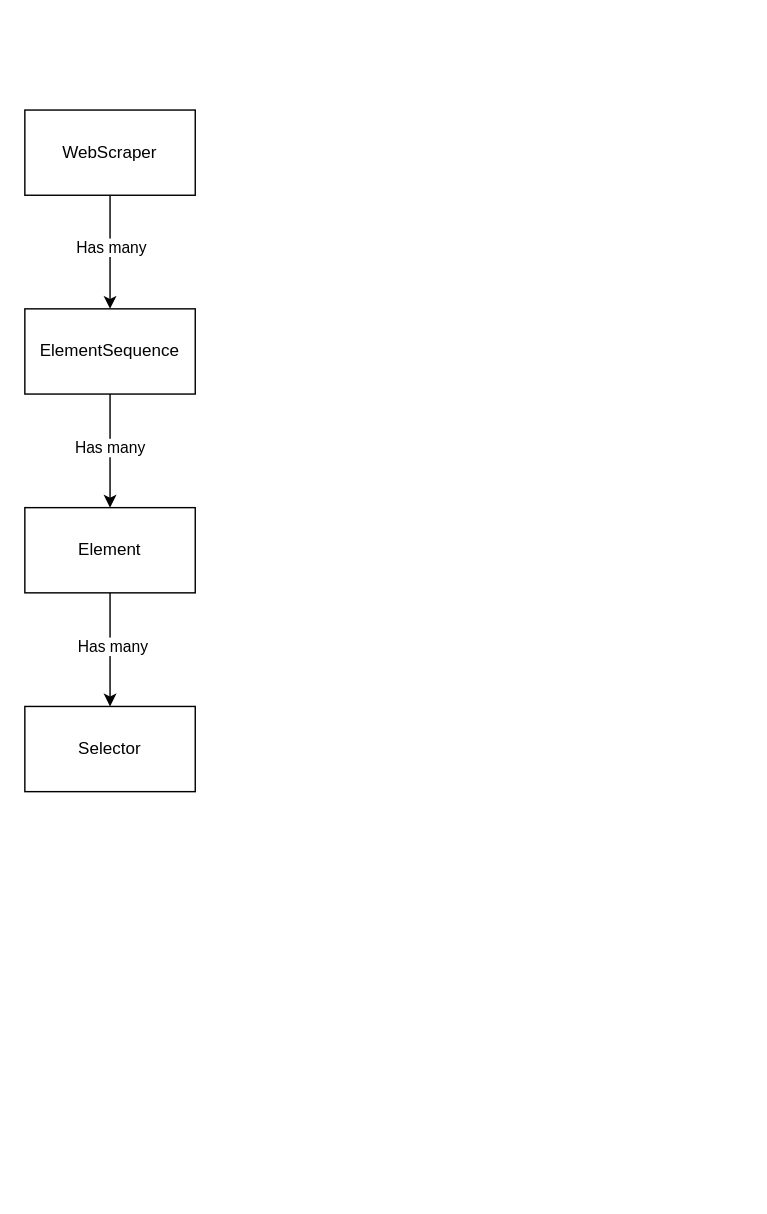
Before: Diagram.drawio in Mortbros/generalised-web-scraper, a draw.io diagram. Source tidied: cells renumbered, new cells numbered last; positions are measured from the earlier drawing's top-left corner, leaving out a move shared by most shapes. Both pictures are drawn from the tidied source at 142%, with x=0, y=0 at pixel (24, 109).
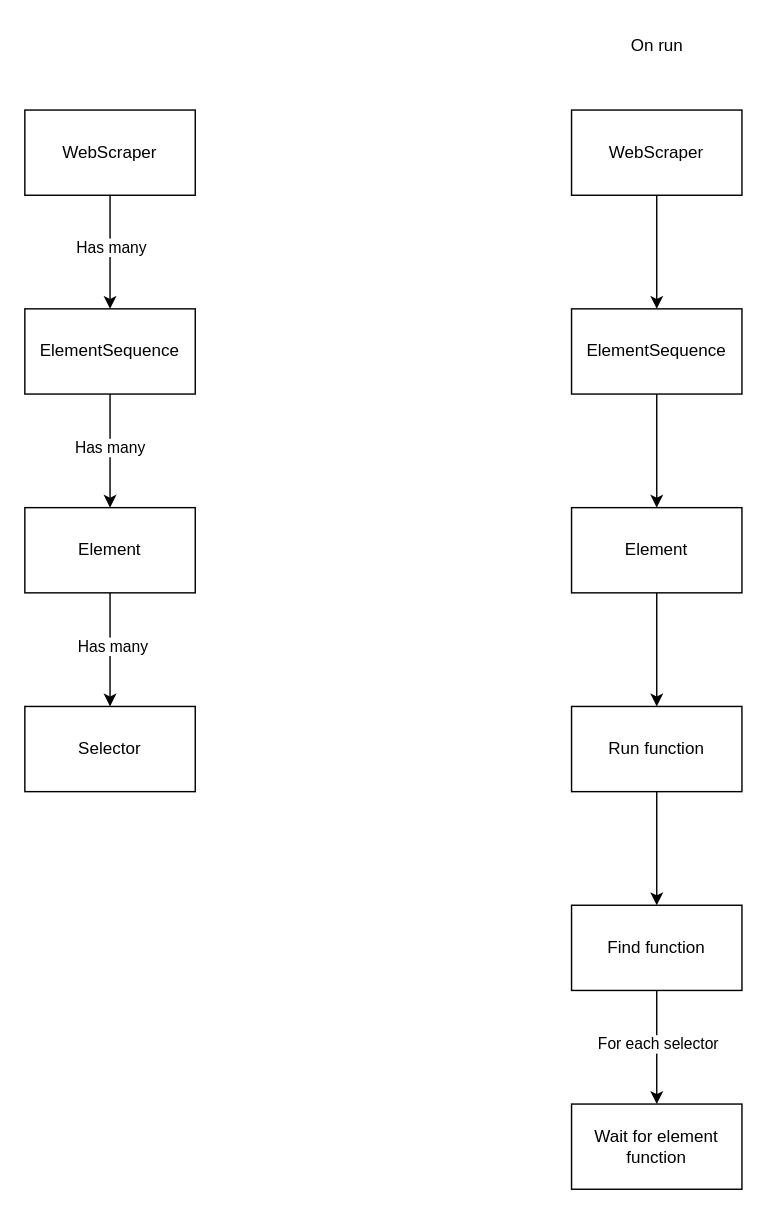
The same diagram, later.

Commit message:
Add run process to diagram

What changed in the source:
```diff
@@
+    <mxCell id="12" style="edgeStyle=orthogonalEdgeStyle;rounded=0;jettySize=auto;html=1;" parent="1" edge="1" source="13" target="15">
+      <mxGeometry relative="1" as="geometry" />
+    </mxCell>
+    <mxCell id="13" value="WebScraper" style="rounded=0;whiteSpace=wrap;html=1;" parent="1" vertex="1">
+      <mxGeometry x="385" width="120" height="60" as="geometry" />
+    </mxCell>
+    <mxCell id="14" style="edgeStyle=orthogonalEdgeStyle;rounded=0;jettySize=auto;html=1;" parent="1" edge="1" source="15" target="17">
+      <mxGeometry relative="1" as="geometry" />
+    </mxCell>
+    <mxCell id="15" value="ElementSequence" style="rounded=0;whiteSpace=wrap;html=1;" parent="1" vertex="1">
+      <mxGeometry x="385" y="140" width="120" height="60" as="geometry" />
+    </mxCell>
+    <mxCell id="16" style="edgeStyle=orthogonalEdgeStyle;rounded=0;jettySize=auto;html=1;" parent="1" edge="1" source="17" target="20">
+      <mxGeometry relative="1" as="geometry" />
+    </mxCell>
+    <mxCell id="17" value="Element" style="rounded=0;whiteSpace=wrap;html=1;" parent="1" vertex="1">
+      <mxGeometry x="385" y="280" width="120" height="60" as="geometry" />
+    </mxCell>
+    <mxCell id="18" value="On run" style="text;html=1;align=center;verticalAlign=middle;strokeColor=none;fillColor=none;" parent="1" vertex="1">
+      <mxGeometry x="415" y="-60" width="60" height="30" as="geometry" />
+    </mxCell>
+    <mxCell id="19" style="edgeStyle=orthogonalEdgeStyle;rounded=0;jettySize=auto;html=1;" parent="1" edge="1" source="20" target="23">
+      <mxGeometry relative="1" as="geometry" />
+    </mxCell>
+    <mxCell id="20" value="Run function" style="rounded=0;whiteSpace=wrap;html=1;" parent="1" vertex="1">
+      <mxGeometry x="385" y="420" width="120" height="60" as="geometry" />
+    </mxCell>
+    <mxCell id="21" style="edgeStyle=orthogonalEdgeStyle;rounded=0;jettySize=auto;html=1;" parent="1" edge="1" source="23" target="24">
+      <mxGeometry relative="1" as="geometry" />
+    </mxCell>
+    <mxCell id="22" value="For each selector" style="edgeLabel;html=1;align=center;verticalAlign=middle;" parent="21" vertex="1">
+      <mxGeometry x="-0.08" relative="1" as="geometry" />
+    </mxCell>
+    <mxCell id="23" value="Find function" style="rounded=0;whiteSpace=wrap;html=1;" parent="1" vertex="1">
+      <mxGeometry x="385" y="560" width="120" height="60" as="geometry" />
+    </mxCell>
+    <mxCell id="24" value="Wait for element function" style="rounded=0;whiteSpace=wrap;html=1;" parent="1" vertex="1">
+      <mxGeometry x="385" y="700" width="120" height="60" as="geometry" />
+    </mxCell>
```
